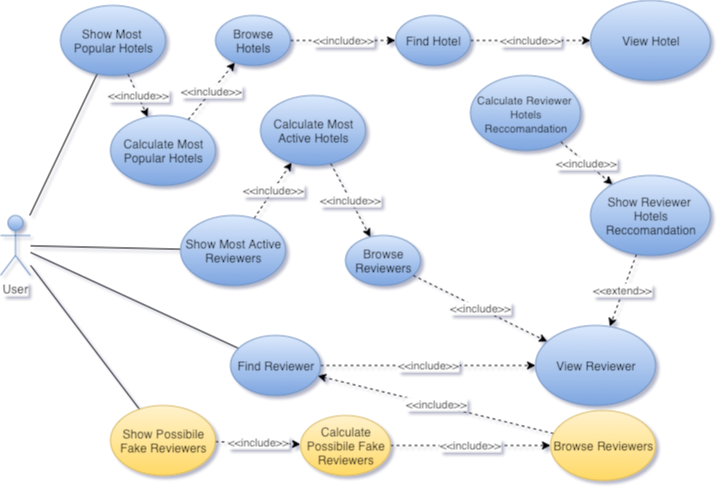
Above: img/uml_use_case3.png in MatteoDJon/Task2LSMDB (draw.io), before the change. Source tidied: cells renumbered, new cells last; positions are measured from the earlier drawing's top-left corner, leaving out a move shared by most shapes.
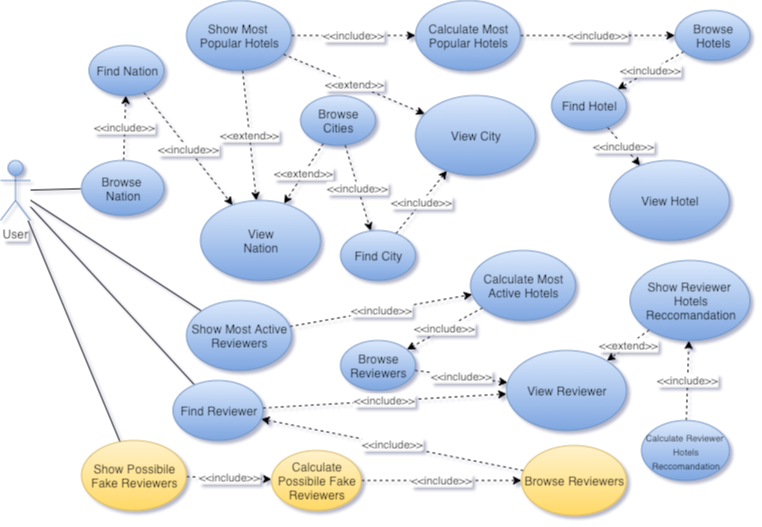
The same diagram one commit later.

The edit, as a diff of the source:
```diff
@@ -6,10 +6,10 @@
       <mxGeometry y="215" width="30" height="60" as="geometry" />
     </mxCell>
     <mxCell id="3" value="Show Reviewer&amp;nbsp;&lt;br&gt;Hotels Reccomandation" style="ellipse;whiteSpace=wrap;html=1;gradientColor=#7ea6e0;fillColor=#dae8fc;strokeColor=#6c8ebf;" parent="1" vertex="1">
-      <mxGeometry x="590" y="175" width="120" height="80" as="geometry" />
+      <mxGeometry x="629.5" y="315" width="120" height="80" as="geometry" />
     </mxCell>
     <mxCell id="4" value="Show Possibile Fake Reviewers" style="ellipse;whiteSpace=wrap;html=1;gradientColor=#ffd966;fillColor=#fff2cc;strokeColor=#d6b656;" parent="1" vertex="1">
-      <mxGeometry x="110" y="405" width="105" height="70" as="geometry" />
+      <mxGeometry x="81" y="495" width="105" height="70" as="geometry" />
     </mxCell>
     <mxCell id="5" style="endArrow=none;html=1;" parent="1" edge="1" source="2" target="4">
       <mxGeometry relative="1" as="geometry" />
@@ -18,10 +18,10 @@
       <mxGeometry relative="1" as="geometry" />
     </mxCell>
     <mxCell id="7" value="Calculate&lt;br&gt;Possibile Fake Reviewers" style="ellipse;whiteSpace=wrap;html=1;gradientColor=#ffd966;fillColor=#fff2cc;strokeColor=#d6b656;" parent="1" vertex="1">
-      <mxGeometry x="300" y="415" width="90" height="60" as="geometry" />
+      <mxGeometry x="271" y="505" width="90" height="60" as="geometry" />
     </mxCell>
-    <mxCell id="8" value="&lt;font style=&quot;font-size: 11px&quot;&gt;Calculate Reviewer&amp;nbsp;&lt;br&gt;Hotels Reccomandation&lt;/font&gt;" style="ellipse;whiteSpace=wrap;html=1;gradientColor=#7ea6e0;fillColor=#dae8fc;strokeColor=#6c8ebf;" parent="1" vertex="1">
-      <mxGeometry x="470" y="75" width="110" height="75" as="geometry" />
+    <mxCell id="8" value="&lt;font style=&quot;font-size: 9px&quot;&gt;Calculate Reviewer&amp;nbsp;&lt;br&gt;Hotels Reccomandation&lt;/font&gt;" style="ellipse;whiteSpace=wrap;html=1;gradientColor=#7ea6e0;fillColor=#dae8fc;strokeColor=#6c8ebf;" parent="1" vertex="1">
+      <mxGeometry x="641" y="475" width="88" height="60" as="geometry" />
     </mxCell>
     <mxCell id="9" value="&amp;lt;&amp;lt;include&amp;gt;&amp;gt;" style="endArrow=classic;html=1;dashed=1;" parent="1" edge="1" source="8" target="3">
       <mxGeometry relative="1" as="geometry" />
@@ -30,19 +30,19 @@
       <mxGeometry relative="1" as="geometry" />
     </mxCell>
     <mxCell id="11" value="Find Reviewer" style="ellipse;whiteSpace=wrap;html=1;gradientColor=#7ea6e0;fillColor=#dae8fc;strokeColor=#6c8ebf;" parent="1" vertex="1">
-      <mxGeometry x="230" y="335" width="90" height="60" as="geometry" />
+      <mxGeometry x="172.5" y="435" width="90" height="60" as="geometry" />
     </mxCell>
     <mxCell id="12" value="&amp;lt;&amp;lt;extend&amp;gt;&amp;gt;" style="endArrow=classic;html=1;dashed=1;" parent="1" edge="1" source="3" target="13">
       <mxGeometry relative="1" as="geometry" />
     </mxCell>
     <mxCell id="13" value="View Reviewer" style="ellipse;whiteSpace=wrap;html=1;gradientColor=#7ea6e0;fillColor=#dae8fc;strokeColor=#6c8ebf;" parent="1" vertex="1">
-      <mxGeometry x="535" y="325" width="120" height="80" as="geometry" />
+      <mxGeometry x="506" y="405" width="120" height="80" as="geometry" />
     </mxCell>
     <mxCell id="14" value="&amp;lt;&amp;lt;include&amp;gt;&amp;gt;" style="endArrow=classic;html=1;dashed=1;" parent="1" edge="1" source="11" target="13">
       <mxGeometry relative="1" as="geometry" />
     </mxCell>
     <mxCell id="15" value="Browse Reviewers" style="ellipse;whiteSpace=wrap;html=1;gradientColor=#ffd966;fillColor=#fff2cc;strokeColor=#d6b656;" parent="1" vertex="1">
-      <mxGeometry x="550" y="410" width="105" height="70" as="geometry" />
+      <mxGeometry x="521" y="500" width="105" height="70" as="geometry" />
     </mxCell>
     <mxCell id="16" value="&amp;lt;&amp;lt;include&amp;gt;&amp;gt;" style="endArrow=classic;html=1;dashed=1;" parent="1" edge="1" source="7" target="15">
       <mxGeometry relative="1" as="geometry" />
@@ -51,25 +51,25 @@
       <mxGeometry relative="1" as="geometry" />
     </mxCell>
     <mxCell id="18" value="Show Most &lt;br&gt;Popular Hotels" style="ellipse;whiteSpace=wrap;html=1;gradientColor=#7ea6e0;fillColor=#dae8fc;strokeColor=#6c8ebf;" parent="1" vertex="1">
-      <mxGeometry x="60" y="5" width="105" height="70" as="geometry" />
+      <mxGeometry x="186" y="55" width="105" height="70" as="geometry" />
     </mxCell>
-    <mxCell id="19" style="endArrow=none;html=1;" parent="1" edge="1" source="2" target="18">
+    <mxCell id="19" style="endArrow=none;html=1;" parent="1" edge="1" source="2" target="35">
       <mxGeometry relative="1" as="geometry" />
     </mxCell>
     <mxCell id="20" value="&amp;lt;&amp;lt;include&amp;gt;&amp;gt;" style="endArrow=classic;html=1;dashed=1;" parent="1" edge="1" source="18" target="21">
       <mxGeometry relative="1" as="geometry" />
     </mxCell>
     <mxCell id="21" value="Calculate Most&lt;br&gt;Popular Hotels" style="ellipse;whiteSpace=wrap;html=1;gradientColor=#7ea6e0;fillColor=#dae8fc;strokeColor=#6c8ebf;" parent="1" vertex="1">
-      <mxGeometry x="110" y="115" width="105" height="70" as="geometry" />
+      <mxGeometry x="415" y="55" width="105" height="70" as="geometry" />
     </mxCell>
     <mxCell id="22" value="Browse&lt;br&gt;Hotels" style="ellipse;whiteSpace=wrap;html=1;gradientColor=#7ea6e0;fillColor=#dae8fc;strokeColor=#6c8ebf;" parent="1" vertex="1">
-      <mxGeometry x="215" y="15" width="75" height="50" as="geometry" />
+      <mxGeometry x="674.5" y="65" width="75" height="50" as="geometry" />
     </mxCell>
     <mxCell id="23" value="Find Hotel" style="ellipse;whiteSpace=wrap;html=1;gradientColor=#7ea6e0;fillColor=#dae8fc;strokeColor=#6c8ebf;" parent="1" vertex="1">
-      <mxGeometry x="395" y="15" width="75" height="50" as="geometry" />
+      <mxGeometry x="551" y="135" width="75" height="50" as="geometry" />
     </mxCell>
     <mxCell id="24" value="View Hotel" style="ellipse;whiteSpace=wrap;html=1;gradientColor=#7ea6e0;fillColor=#dae8fc;strokeColor=#6c8ebf;" parent="1" vertex="1">
-      <mxGeometry x="590" width="120" height="80" as="geometry" />
+      <mxGeometry x="609" y="215" width="120" height="80" as="geometry" />
     </mxCell>
     <mxCell id="25" value="&amp;lt;&amp;lt;include&amp;gt;&amp;gt;" style="endArrow=classic;html=1;dashed=1;" parent="1" edge="1" source="21" target="22">
       <mxGeometry relative="1" as="geometry" />
@@ -81,19 +81,19 @@
       <mxGeometry relative="1" as="geometry" />
     </mxCell>
     <mxCell id="28" value="Show Most Active Reviewers" style="ellipse;whiteSpace=wrap;html=1;gradientColor=#7ea6e0;fillColor=#dae8fc;strokeColor=#6c8ebf;" parent="1" vertex="1">
-      <mxGeometry x="180" y="215" width="105" height="70" as="geometry" />
+      <mxGeometry x="186" y="355" width="105" height="70" as="geometry" />
     </mxCell>
     <mxCell id="29" style="endArrow=none;html=1;" parent="1" edge="1" source="2" target="28">
       <mxGeometry relative="1" as="geometry" />
     </mxCell>
     <mxCell id="30" value="Calculate Most Active&amp;nbsp;Hotels" style="ellipse;whiteSpace=wrap;html=1;gradientColor=#7ea6e0;fillColor=#dae8fc;strokeColor=#6c8ebf;" parent="1" vertex="1">
-      <mxGeometry x="260" y="95" width="105" height="70" as="geometry" />
+      <mxGeometry x="470" y="305" width="105" height="70" as="geometry" />
     </mxCell>
     <mxCell id="31" value="&amp;lt;&amp;lt;include&amp;gt;&amp;gt;" style="endArrow=classic;html=1;dashed=1;" parent="1" edge="1" source="28" target="30">
       <mxGeometry relative="1" as="geometry" />
     </mxCell>
     <mxCell id="32" value="Browse Reviewers" style="ellipse;whiteSpace=wrap;html=1;gradientColor=#7ea6e0;fillColor=#dae8fc;strokeColor=#6c8ebf;" parent="1" vertex="1">
-      <mxGeometry x="345" y="235" width="75" height="50" as="geometry" />
+      <mxGeometry x="340" y="395" width="75" height="50" as="geometry" />
     </mxCell>
     <mxCell id="33" value="&amp;lt;&amp;lt;include&amp;gt;&amp;gt;" style="endArrow=classic;html=1;dashed=1;" parent="1" edge="1" source="30" target="32">
       <mxGeometry relative="1" as="geometry" />
@@ -101,5 +101,44 @@
     <mxCell id="34" value="&amp;lt;&amp;lt;include&amp;gt;&amp;gt;" style="endArrow=classic;html=1;dashed=1;" parent="1" edge="1" source="32" target="13">
       <mxGeometry relative="1" as="geometry" />
     </mxCell>
+    <mxCell id="35" value="Browse &lt;br&gt;Nation" style="ellipse;whiteSpace=wrap;html=1;gradientColor=#7ea6e0;fillColor=#dae8fc;strokeColor=#6c8ebf;" parent="1" vertex="1">
+      <mxGeometry x="81" y="215" width="82.5" height="55" as="geometry" />
+    </mxCell>
+    <mxCell id="36" value="Find Nation" style="ellipse;whiteSpace=wrap;html=1;gradientColor=#7ea6e0;fillColor=#dae8fc;strokeColor=#6c8ebf;" parent="1" vertex="1">
+      <mxGeometry x="88.5" y="100" width="75" height="50" as="geometry" />
+    </mxCell>
+    <mxCell id="37" value="&amp;lt;&amp;lt;include&amp;gt;&amp;gt;" style="endArrow=classic;html=1;dashed=1;" parent="1" edge="1" source="35" target="36">
+      <mxGeometry relative="1" as="geometry" />
+    </mxCell>
+    <mxCell id="38" value="View&lt;br&gt;Nation" style="ellipse;whiteSpace=wrap;html=1;gradientColor=#7ea6e0;fillColor=#dae8fc;strokeColor=#6c8ebf;" parent="1" vertex="1">
+      <mxGeometry x="200" y="255" width="120" height="80" as="geometry" />
+    </mxCell>
+    <mxCell id="39" value="&amp;lt;&amp;lt;include&amp;gt;&amp;gt;" style="endArrow=classic;html=1;dashed=1;" parent="1" edge="1" source="36" target="38">
+      <mxGeometry relative="1" as="geometry" />
+    </mxCell>
+    <mxCell id="40" value="Browse Cities" style="ellipse;whiteSpace=wrap;html=1;gradientColor=#7ea6e0;fillColor=#dae8fc;strokeColor=#6c8ebf;" parent="1" vertex="1">
+      <mxGeometry x="300" y="150" width="75" height="50" as="geometry" />
+    </mxCell>
+    <mxCell id="41" value="&amp;lt;&amp;lt;extend&amp;gt;&amp;gt;" style="endArrow=classic;html=1;dashed=1;" parent="1" edge="1" source="40" target="38">
+      <mxGeometry relative="1" as="geometry" />
+    </mxCell>
+    <mxCell id="42" value="Find City" style="ellipse;whiteSpace=wrap;html=1;gradientColor=#7ea6e0;fillColor=#dae8fc;strokeColor=#6c8ebf;" parent="1" vertex="1">
+      <mxGeometry x="340" y="285" width="75" height="50" as="geometry" />
+    </mxCell>
+    <mxCell id="43" value="View City" style="ellipse;whiteSpace=wrap;html=1;gradientColor=#7ea6e0;fillColor=#dae8fc;strokeColor=#6c8ebf;" parent="1" vertex="1">
+      <mxGeometry x="415" y="150" width="120" height="80" as="geometry" />
+    </mxCell>
+    <mxCell id="44" value="&amp;lt;&amp;lt;include&amp;gt;&amp;gt;" style="endArrow=classic;html=1;dashed=1;" parent="1" edge="1" source="40" target="42">
+      <mxGeometry relative="1" as="geometry" />
+    </mxCell>
+    <mxCell id="45" value="&amp;lt;&amp;lt;include&amp;gt;&amp;gt;" style="endArrow=classic;html=1;dashed=1;" parent="1" edge="1" source="42" target="43">
+      <mxGeometry relative="1" as="geometry" />
+    </mxCell>
+    <mxCell id="46" value="&amp;lt;&amp;lt;extend&amp;gt;&amp;gt;" style="endArrow=classic;html=1;dashed=1;" parent="1" edge="1" source="18" target="38">
+      <mxGeometry relative="1" as="geometry" />
+    </mxCell>
+    <mxCell id="47" value="&amp;lt;&amp;lt;extend&amp;gt;&amp;gt;" style="endArrow=classic;html=1;dashed=1;" parent="1" edge="1" source="18" target="43">
+      <mxGeometry relative="1" as="geometry" />
+    </mxCell>
   </root>
 </mxGraphModel>
```
